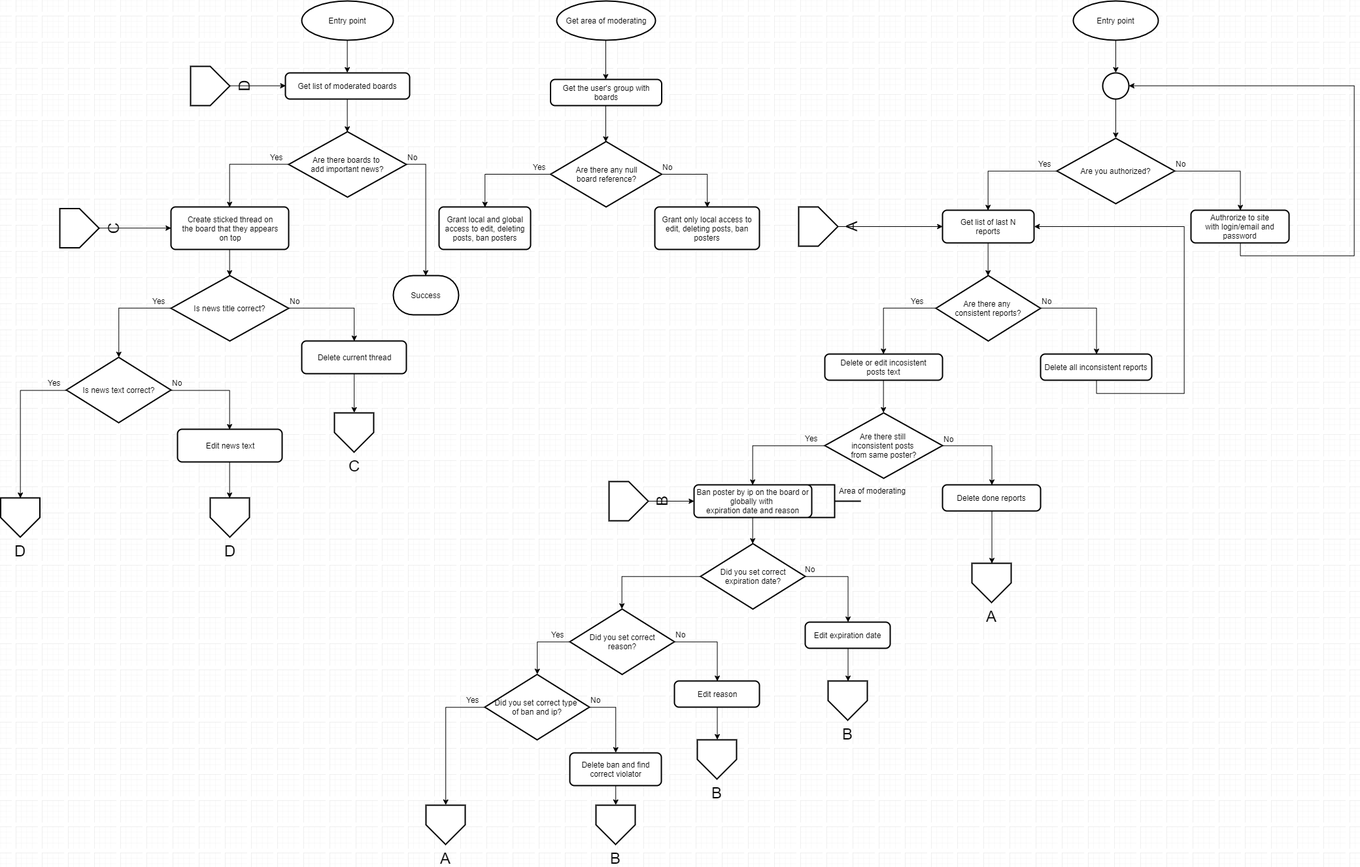
Above: Imageboard-moder-diagram.png in Lebed-kun/imageboard (draw.io), before the change. Source tidied: cells renumbered, new cells last; positions are measured from the earlier drawing's top-left corner, leaving out a move shared by most shapes.
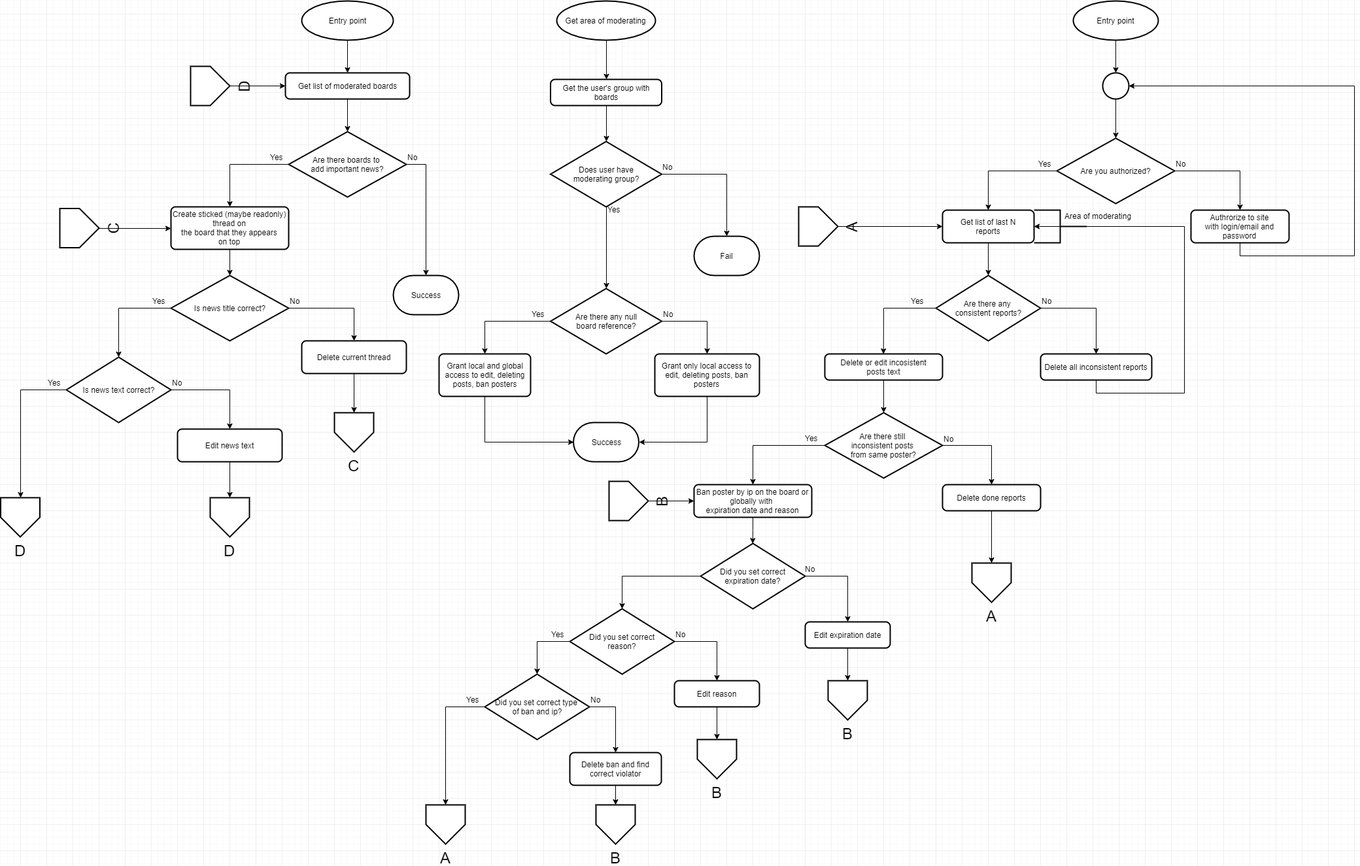
The same diagram one commit later.

Commit message:
Change moder diagram

What changed in the source:
```diff
@@ -198,21 +198,15 @@
     <mxCell id="61" value="Yes" style="text;html=1;align=left;verticalAlign=top;spacingTop=-4;" parent="1" vertex="1">
       <mxGeometry x="710" y="1060" width="30" height="20" as="geometry" />
     </mxCell>
-    <mxCell id="62" style="strokeWidth=2;html=1;shape=mxgraph.flowchart.annotation_2;align=left;labelPosition=right;rotation=-180;" parent="1" vertex="1">
-      <mxGeometry x="1235" y="740" width="80" height="50" as="geometry" />
-    </mxCell>
-    <mxCell id="63" value="Area of moderating" style="text;html=1;align=left;verticalAlign=top;spacingTop=-4;" parent="1" vertex="1">
-      <mxGeometry x="1280" y="740" width="120" height="20" as="geometry" />
-    </mxCell>
     <mxCell id="64" style="edgeStyle=orthogonalEdgeStyle;rounded=0;jettySize=auto;html=1;exitX=0.5;exitY=1;exitDx=0;exitDy=0;exitPerimeter=0;entryX=0.5;entryY=0;entryDx=0;entryDy=0;" parent="1" edge="1" source="65" target="67">
       <mxGeometry relative="1" as="geometry" />
     </mxCell>
     <mxCell id="65" value="Get area of moderating" style="strokeWidth=2;html=1;shape=mxgraph.flowchart.start_1;whiteSpace=wrap;" parent="1" vertex="1">
       <mxGeometry x="850" width="151" height="60" as="geometry" />
     </mxCell>
-    <mxCell id="66" style="edgeStyle=orthogonalEdgeStyle;rounded=0;jettySize=auto;html=1;exitX=0.5;exitY=1;exitDx=0;exitDy=0;entryX=0.5;entryY=0;entryDx=0;entryDy=0;entryPerimeter=0;" parent="1" edge="1" source="67" target="70">
-      <mxGeometry relative="1" as="geometry" />
-    </mxCell>
+    <mxCell id="108" style="edgeStyle=orthogonalEdgeStyle;rounded=0;jettySize=auto;html=1;exitX=0.5;exitY=1;exitDx=0;exitDy=0;entryX=0.5;entryY=0;entryDx=0;entryDy=0;entryPerimeter=0;" parent="1" edge="1" source="67" target="114">
+      <mxGeometry relative="1" as="geometry" />
+    </mxCell>
     <mxCell id="67" value="Get the user's group with&lt;br&gt;boards" style="rounded=1;whiteSpace=wrap;html=1;absoluteArcSize=1;arcSize=14;strokeWidth=2;" parent="1" vertex="1">
       <mxGeometry x="840.5" y="120" width="170" height="40" as="geometry" />
     </mxCell>
@@ -223,19 +217,25 @@
       <mxGeometry relative="1" as="geometry" />
     </mxCell>
     <mxCell id="70" value="Are there any null&lt;br&gt;board reference?" style="strokeWidth=2;html=1;shape=mxgraph.flowchart.decision;whiteSpace=wrap;" parent="1" vertex="1">
-      <mxGeometry x="840.5" y="215" width="170" height="100" as="geometry" />
+      <mxGeometry x="840.5" y="440" width="170" height="100" as="geometry" />
     </mxCell>
+    <mxCell id="109" style="edgeStyle=orthogonalEdgeStyle;rounded=0;jettySize=auto;html=1;exitX=0.5;exitY=1;exitDx=0;exitDy=0;entryX=0;entryY=0.5;entryDx=0;entryDy=0;entryPerimeter=0;" parent="1" edge="1" source="71" target="118">
+      <mxGeometry relative="1" as="geometry" />
+    </mxCell>
     <mxCell id="71" value="Grant local and global&lt;br&gt;access to edit, deleting&lt;br&gt;posts, ban posters" style="rounded=1;whiteSpace=wrap;html=1;absoluteArcSize=1;arcSize=14;strokeWidth=2;" parent="1" vertex="1">
-      <mxGeometry x="670" y="315" width="140" height="65" as="geometry" />
+      <mxGeometry x="670" y="540" width="140" height="65" as="geometry" />
     </mxCell>
     <mxCell id="72" value="Yes" style="text;html=1;align=left;verticalAlign=top;spacingTop=-4;" parent="1" vertex="1">
-      <mxGeometry x="812" y="245" width="30" height="20" as="geometry" />
+      <mxGeometry x="810" y="470" width="30" height="20" as="geometry" />
     </mxCell>
+    <mxCell id="110" style="edgeStyle=orthogonalEdgeStyle;rounded=0;jettySize=auto;html=1;exitX=0.5;exitY=1;exitDx=0;exitDy=0;entryX=1;entryY=0.5;entryDx=0;entryDy=0;entryPerimeter=0;" parent="1" edge="1" source="73" target="118">
+      <mxGeometry relative="1" as="geometry" />
+    </mxCell>
     <mxCell id="73" value="Grant only local access to&lt;br&gt;edit, deleting posts, ban posters" style="rounded=1;whiteSpace=wrap;html=1;absoluteArcSize=1;arcSize=14;strokeWidth=2;" parent="1" vertex="1">
-      <mxGeometry x="1000" y="315" width="160" height="65" as="geometry" />
+      <mxGeometry x="1000" y="540" width="160" height="65" as="geometry" />
     </mxCell>
     <mxCell id="74" value="No" style="text;html=1;align=left;verticalAlign=top;spacingTop=-4;" parent="1" vertex="1">
-      <mxGeometry x="1010" y="245" width="30" height="20" as="geometry" />
+      <mxGeometry x="1010.5" y="470" width="30" height="20" as="geometry" />
     </mxCell>
     <mxCell id="75" style="edgeStyle=orthogonalEdgeStyle;rounded=0;jettySize=auto;html=1;exitX=0.5;exitY=1;exitDx=0;exitDy=0;exitPerimeter=0;entryX=0.5;entryY=0;entryDx=0;entryDy=0;" parent="1" edge="1" source="76" target="78">
       <mxGeometry relative="1" as="geometry" />
@@ -261,7 +261,7 @@
     <mxCell id="82" style="edgeStyle=orthogonalEdgeStyle;rounded=0;jettySize=auto;html=1;exitX=0.5;exitY=1;exitDx=0;exitDy=0;entryX=0.5;entryY=0;entryDx=0;entryDy=0;entryPerimeter=0;" parent="1" edge="1" source="83" target="87">
       <mxGeometry relative="1" as="geometry" />
     </mxCell>
-    <mxCell id="83" value="Create sticked thread on&lt;br&gt;the board that they appears&lt;br&gt;on top" style="rounded=1;whiteSpace=wrap;html=1;absoluteArcSize=1;arcSize=14;strokeWidth=2;" parent="1" vertex="1">
+    <mxCell id="83" value="Create sticked (maybe readonly) thread on&lt;br&gt;the board that they appears&lt;br&gt;on top" style="rounded=1;whiteSpace=wrap;html=1;absoluteArcSize=1;arcSize=14;strokeWidth=2;" parent="1" vertex="1">
       <mxGeometry x="260" y="315" width="180" height="65" as="geometry" />
     </mxCell>
     <mxCell id="84" value="Yes" style="text;html=1;align=left;verticalAlign=top;spacingTop=-4;" parent="1" vertex="1">
@@ -336,5 +336,32 @@
     <mxCell id="107" value="No" style="text;html=1;align=left;verticalAlign=top;spacingTop=-4;" parent="1" vertex="1">
       <mxGeometry x="620" y="230" width="30" height="20" as="geometry" />
     </mxCell>
+    <mxCell id="111" style="strokeWidth=2;html=1;shape=mxgraph.flowchart.annotation_2;align=left;labelPosition=right;rotation=-180;" parent="1" vertex="1">
+      <mxGeometry x="1580" y="320" width="80" height="50" as="geometry" />
+    </mxCell>
+    <mxCell id="63" value="Area of moderating" style="text;html=1;align=left;verticalAlign=top;spacingTop=-4;" parent="1" vertex="1">
+      <mxGeometry x="1625" y="320" width="120" height="20" as="geometry" />
+    </mxCell>
+    <mxCell id="112" style="edgeStyle=orthogonalEdgeStyle;rounded=0;jettySize=auto;html=1;exitX=0.5;exitY=1;exitDx=0;exitDy=0;exitPerimeter=0;entryX=0.5;entryY=0;entryDx=0;entryDy=0;entryPerimeter=0;" parent="1" edge="1" source="114" target="70">
+      <mxGeometry relative="1" as="geometry" />
+    </mxCell>
+    <mxCell id="113" style="edgeStyle=orthogonalEdgeStyle;rounded=0;jettySize=auto;html=1;exitX=1;exitY=0.5;exitDx=0;exitDy=0;exitPerimeter=0;entryX=0.5;entryY=0;entryDx=0;entryDy=0;entryPerimeter=0;" parent="1" edge="1" source="114" target="116">
+      <mxGeometry relative="1" as="geometry" />
+    </mxCell>
+    <mxCell id="114" value="Does user have&lt;br&gt;moderating group?" style="strokeWidth=2;html=1;shape=mxgraph.flowchart.decision;whiteSpace=wrap;" parent="1" vertex="1">
+      <mxGeometry x="840.5" y="215" width="170" height="100" as="geometry" />
+    </mxCell>
+    <mxCell id="115" value="Yes" style="text;html=1;align=left;verticalAlign=top;spacingTop=-4;" parent="1" vertex="1">
+      <mxGeometry x="925.5" y="310" width="30" height="20" as="geometry" />
+    </mxCell>
+    <mxCell id="116" value="Fail" style="strokeWidth=2;html=1;shape=mxgraph.flowchart.terminator;whiteSpace=wrap;" parent="1" vertex="1">
+      <mxGeometry x="1060" y="360" width="100" height="60" as="geometry" />
+    </mxCell>
+    <mxCell id="117" value="No" style="text;html=1;align=left;verticalAlign=top;spacingTop=-4;" parent="1" vertex="1">
+      <mxGeometry x="1010" y="245" width="30" height="20" as="geometry" />
+    </mxCell>
+    <mxCell id="118" value="Success" style="strokeWidth=2;html=1;shape=mxgraph.flowchart.terminator;whiteSpace=wrap;" parent="1" vertex="1">
+      <mxGeometry x="875.5" y="645" width="100" height="60" as="geometry" />
+    </mxCell>
   </root>
 </mxGraphModel>
```
